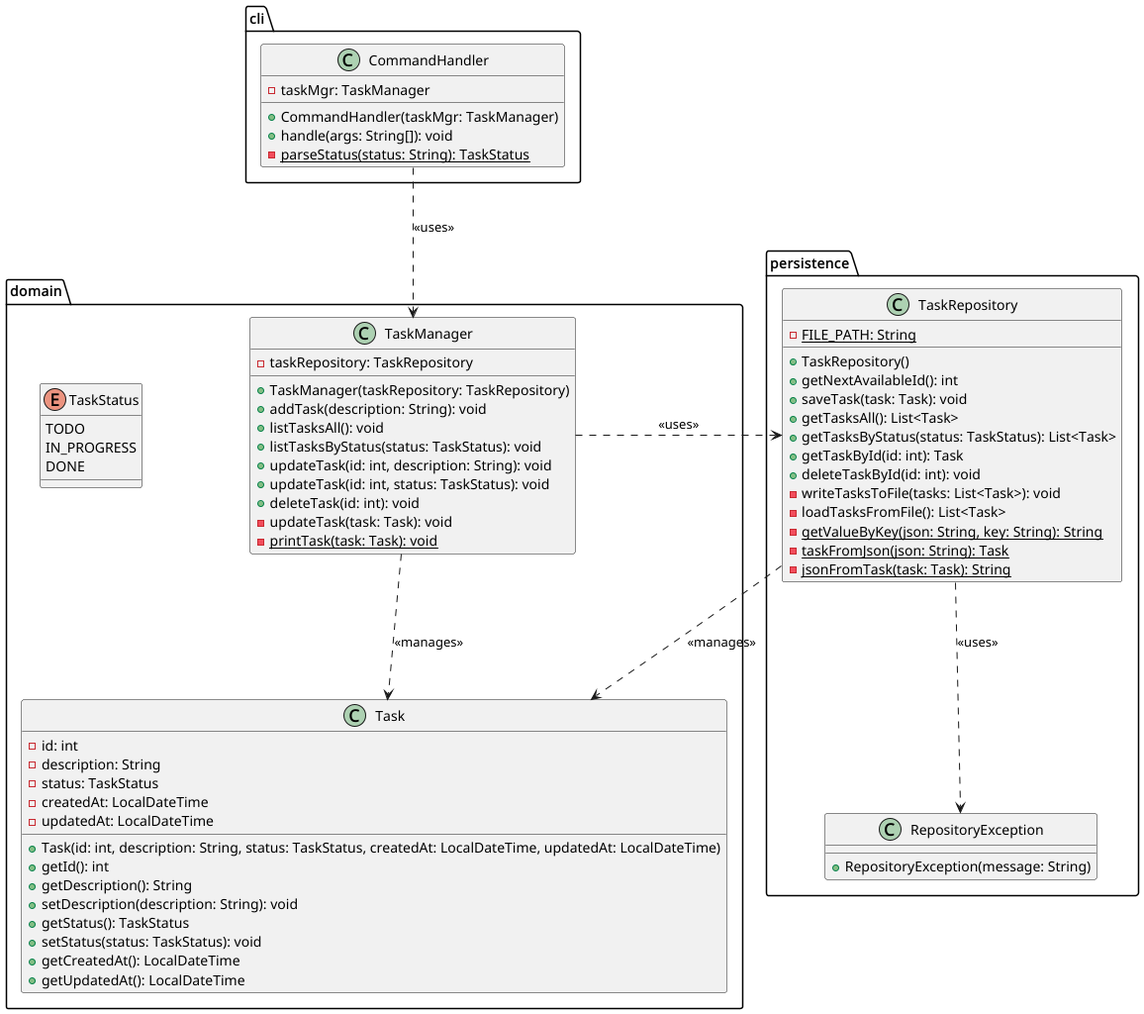
This is uml/uml.png from mmistika/task-cli, a PlantUML export, as it was before one commit.
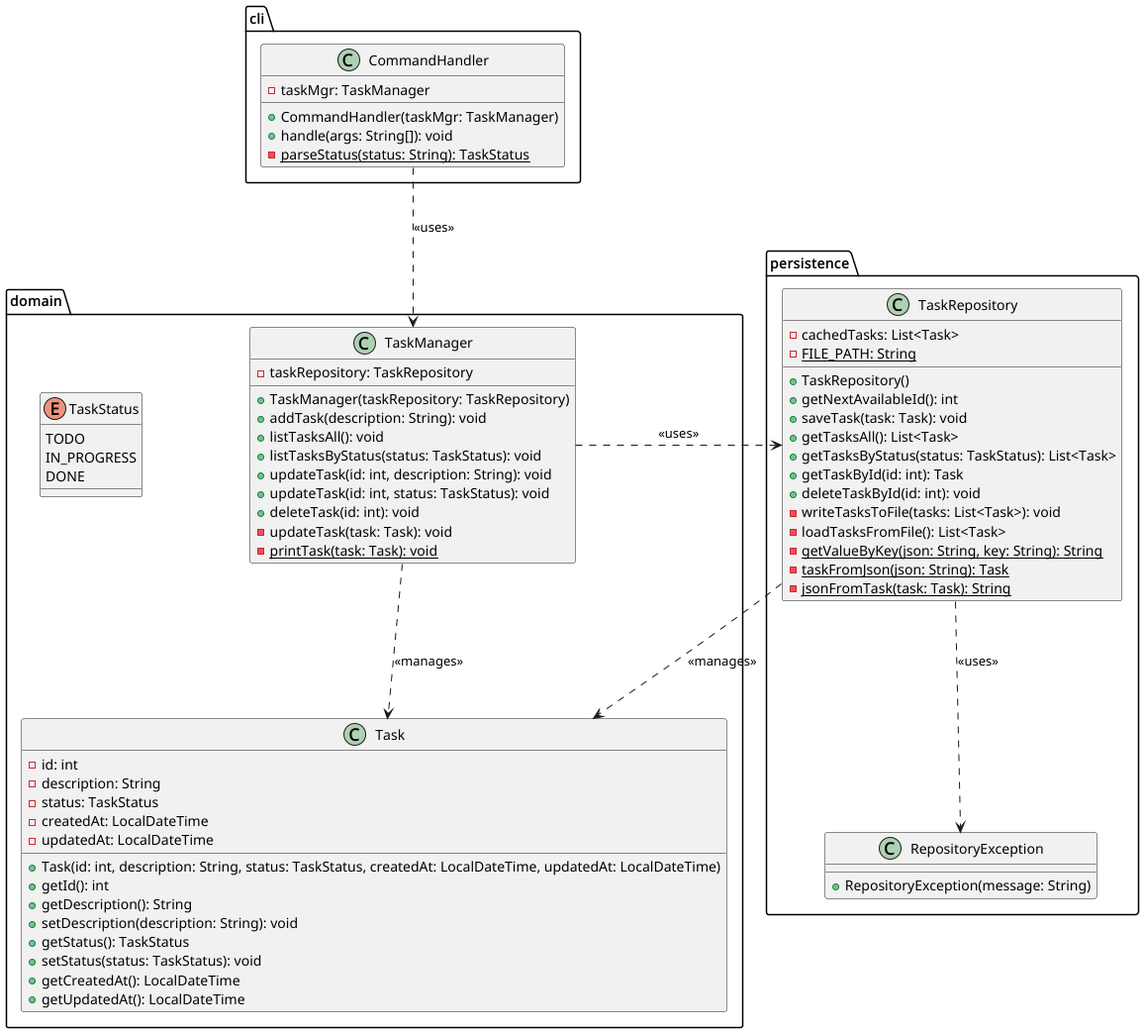
Above is the later version.

Commit message:
docs: update UML diagram to reflect caching changes

Change to the diagram source:
```diff
@@ -51,6 +51,7 @@
 
 package "persistence" {
     class TaskRepository {
+        - cachedTasks: List<Task>
         - {static} FILE_PATH: String
         + TaskRepository()
         + getNextAvailableId(): int
```
